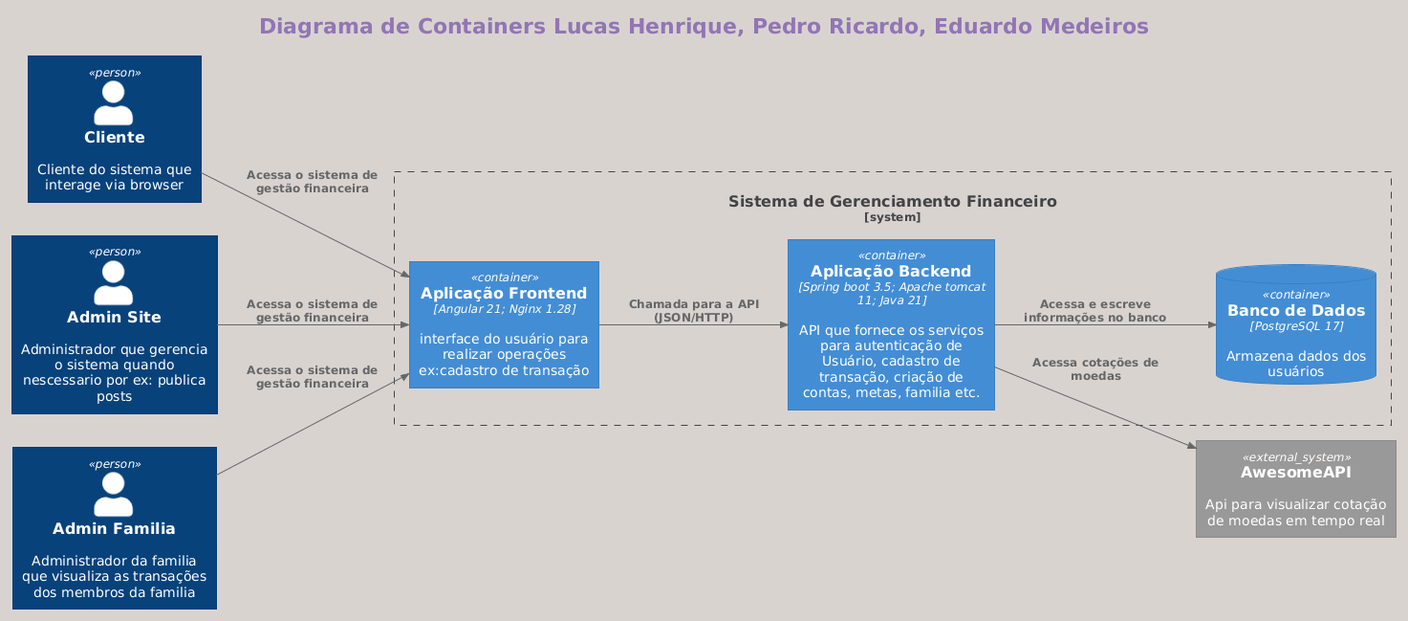
This is doc/c4/Diagrama_de_Container.png from tads-cnat/na-ponta-do-lapis, a PlantUML export, as it was before one commit. Source of this version:
```plantuml
@startuml
!theme mimeograph
!include https://raw.githubusercontent.com/plantuml-stdlib/C4-PlantUML/master/C4_Container.puml

LAYOUT_LANDSCAPE()

title Diagrama de Containers Lucas Henrique, Pedro Ricardo, Eduardo Medeiros

Person(user, "Cliente", "Cliente do sistema que interage via browser")
Person(admin_site, "Admin Site", "Administrador que gerencia o sistema quando nescessario por ex: publica posts")
Person(Admin_familia, "Admin Familia", "Administrador da familia que visualiza as transações dos membros da familia")


System_Boundary(system, "Sistema de Gerenciamento Financeiro") {
  Container(frontend, "Aplicação Frontend", "Angular 21; Nginx 1.28", "interface do usuário para realizar operações ex:cadastro de transação")
  Container(backend, "Aplicação Backend", "Spring boot 3.5; Apache tomcat 11; Java 21", "API que fornece os serviços para autenticação de Usuário, cadastro de transação, criação de contas, metas, familia etc.")
  ContainerDb(database, "Banco de Dados", "PostgreSQL 17", "Armazena dados dos usuários")
}
System_Ext(api_externa, "AwesomeAPI ", "Api para visualizar cotação de moedas em tempo real")


Rel(user, frontend, "Acessa o sistema de gestão financeira")
Rel(admin_site, frontend, "Acessa o sistema de gestão financeira")
Rel(Admin_familia, frontend, "Acessa o sistema de gestão financeira")
Rel(frontend, backend, "Chamada para a API (JSON/HTTP)")
Rel(backend, database, "Acessa e escreve informações no banco")
Rel(backend, api_externa, "Acessa cotações de moedas")
@enduml
```
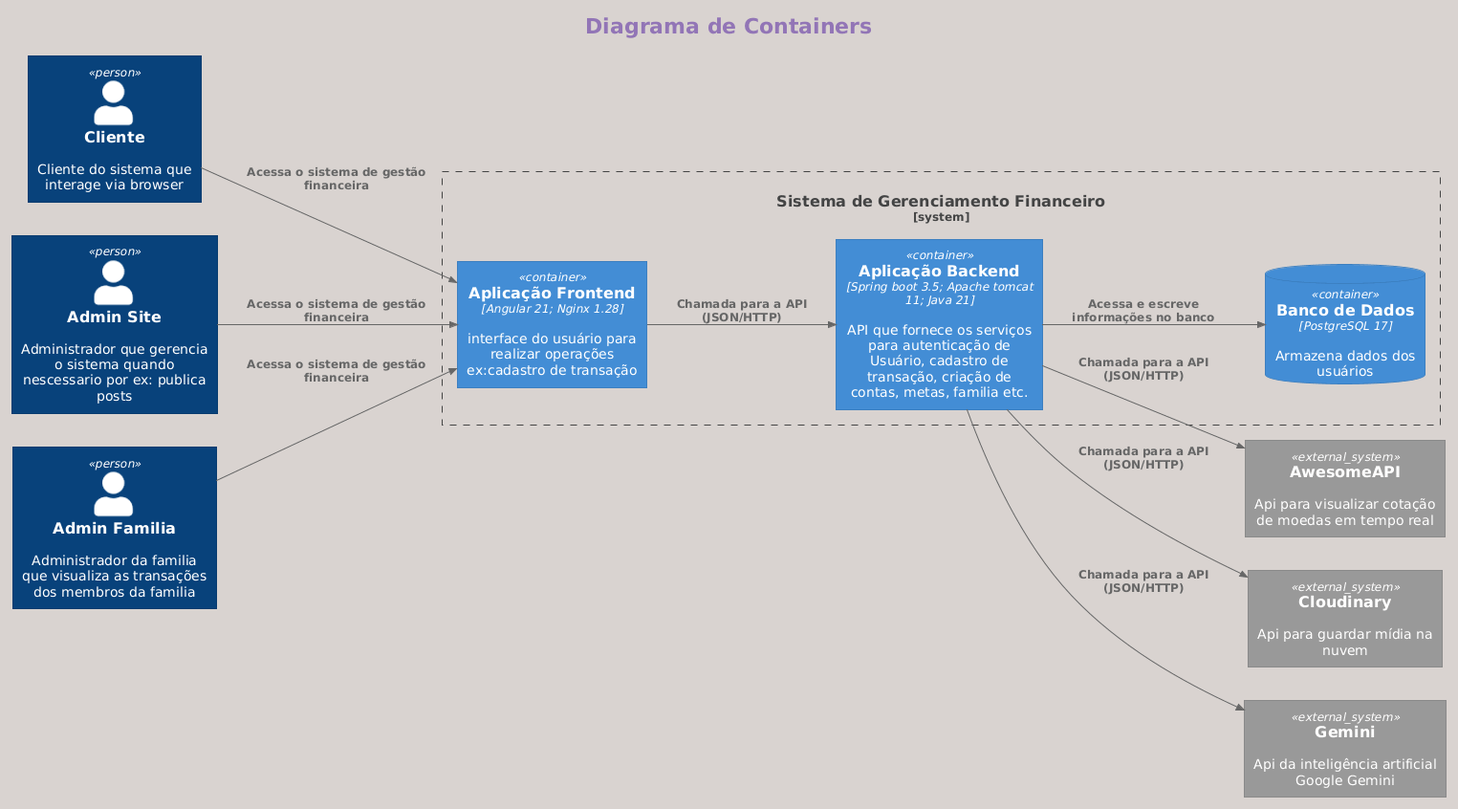
After the commit.

Commit message:
docs: change diagrama de containers image.

The edit, as a diff of the source:
```diff
@@ -4,7 +4,7 @@
 
 LAYOUT_LANDSCAPE()
 
-title Diagrama de Containers Lucas Henrique, Pedro Ricardo, Eduardo Medeiros
+title Diagrama de Containers
 
 Person(user, "Cliente", "Cliente do sistema que interage via browser")
 Person(admin_site, "Admin Site", "Administrador que gerencia o sistema quando nescessario por ex: publica posts")
@@ -16,13 +16,16 @@
   Container(backend, "Aplicação Backend", "Spring boot 3.5; Apache tomcat 11; Java 21", "API que fornece os serviços para autenticação de Usuário, cadastro de transação, criação de contas, metas, familia etc.")
   ContainerDb(database, "Banco de Dados", "PostgreSQL 17", "Armazena dados dos usuários")
 }
-System_Ext(api_externa, "AwesomeAPI ", "Api para visualizar cotação de moedas em tempo real")
-
+System_Ext(awesome, "AwesomeAPI ", "Api para visualizar cotação de moedas em tempo real")
+System_Ext(cloudinary, "Cloudinary", "Api para guardar mídia na nuvem")
+System_Ext(gemini, "Gemini", "Api da inteligência artificial Google Gemini")
 
 Rel(user, frontend, "Acessa o sistema de gestão financeira")
 Rel(admin_site, frontend, "Acessa o sistema de gestão financeira")
 Rel(Admin_familia, frontend, "Acessa o sistema de gestão financeira")
 Rel(frontend, backend, "Chamada para a API (JSON/HTTP)")
 Rel(backend, database, "Acessa e escreve informações no banco")
-Rel(backend, api_externa, "Acessa cotações de moedas")
+Rel(backend, awesome, "Chamada para a API (JSON/HTTP)")
+Rel(backend, cloudinary, "Chamada para a API (JSON/HTTP)")
+Rel(backend, gemini, "Chamada para a API (JSON/HTTP)")
 @enduml
```
